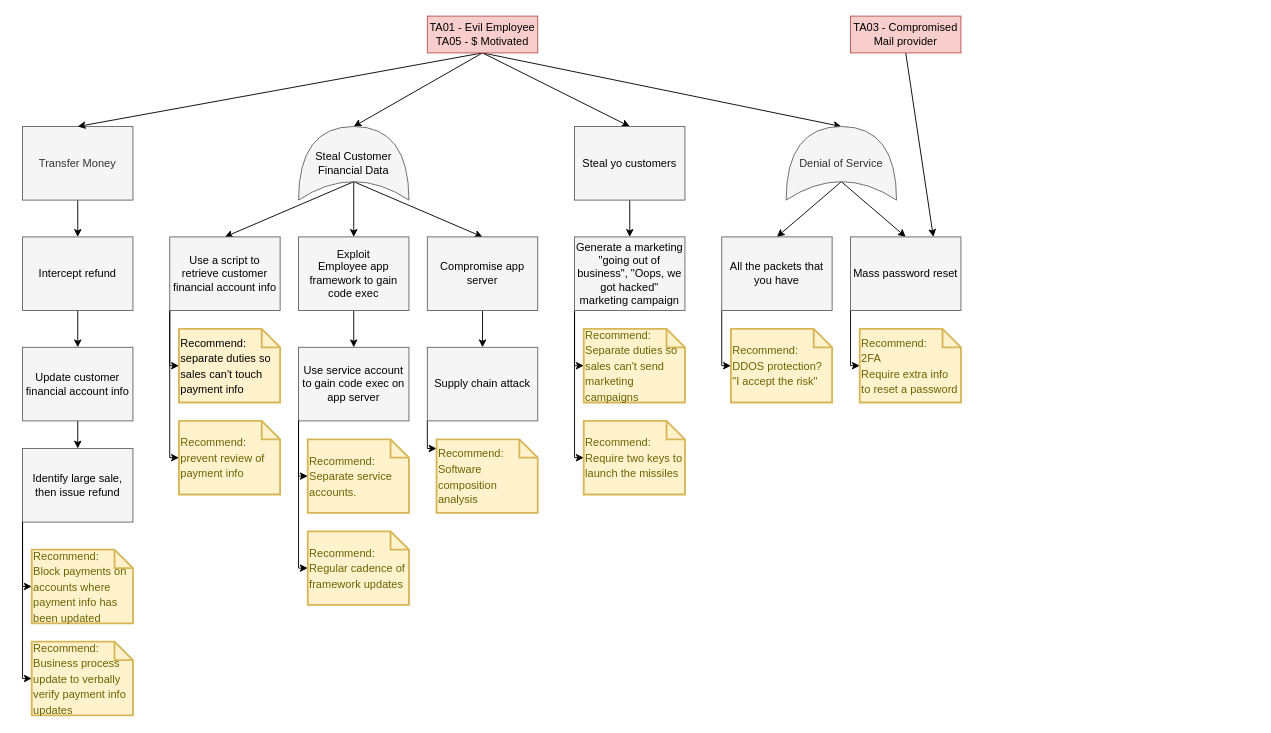
Before: page "Attack Tree" (2 of 2) of DrawIO/Example.drawio in ndecizion/ThreatModelingPlaybook, a draw.io diagram. Source tidied: cells renumbered, new cells numbered last; positions are measured from the earlier drawing's top-left corner, leaving out a move shared by most shapes. Both pictures are drawn from the tidied source at 92%, with x=0, y=0 at pixel (22, 16).
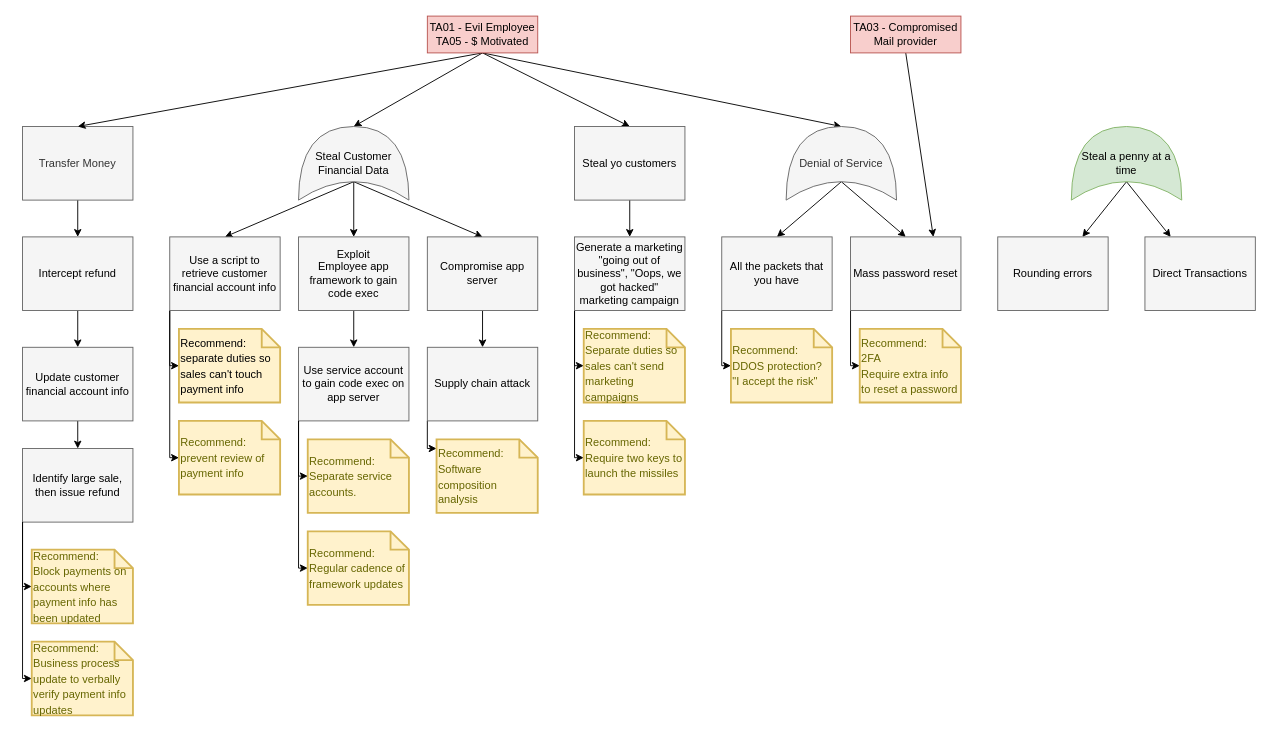
The same diagram, later.

Change to the diagram source:
```diff
@@
+    <mxCell id="57" style="rounded=0;jettySize=auto;html=1;exitX=0.25;exitY=0.5;exitDx=0;exitDy=0;exitPerimeter=0;" parent="1" edge="1" source="59" target="60">
+      <mxGeometry relative="1" as="geometry" />
+    </mxCell>
+    <mxCell id="58" style="rounded=0;jettySize=auto;html=1;exitX=0.25;exitY=0.5;exitDx=0;exitDy=0;exitPerimeter=0;" parent="1" edge="1" source="59" target="61">
+      <mxGeometry relative="1" as="geometry" />
+    </mxCell>
+    <mxCell id="59" value="Steal a penny at a time" style="shape=xor;whiteSpace=wrap;html=1;fillColor=#d5e8d4;strokeColor=#82b366;direction=north;fontFamily=Helvetica;fontSize=12;align=center;" parent="1" vertex="1">
+      <mxGeometry x="1140" y="120" width="120" height="80" as="geometry" />
+    </mxCell>
+    <mxCell id="60" value="Rounding errors" style="rounded=0;whiteSpace=wrap;html=1;fillColor=#f5f5f5;strokeColor=#666666;fontSize=12;" parent="1" vertex="1">
+      <mxGeometry x="1060" y="240" width="120" height="80" as="geometry" />
+    </mxCell>
+    <mxCell id="61" value="Direct Transactions" style="rounded=0;whiteSpace=wrap;html=1;fillColor=#f5f5f5;strokeColor=#666666;fontSize=12;" parent="1" vertex="1">
+      <mxGeometry x="1220" y="240" width="120" height="80" as="geometry" />
+    </mxCell>
```
